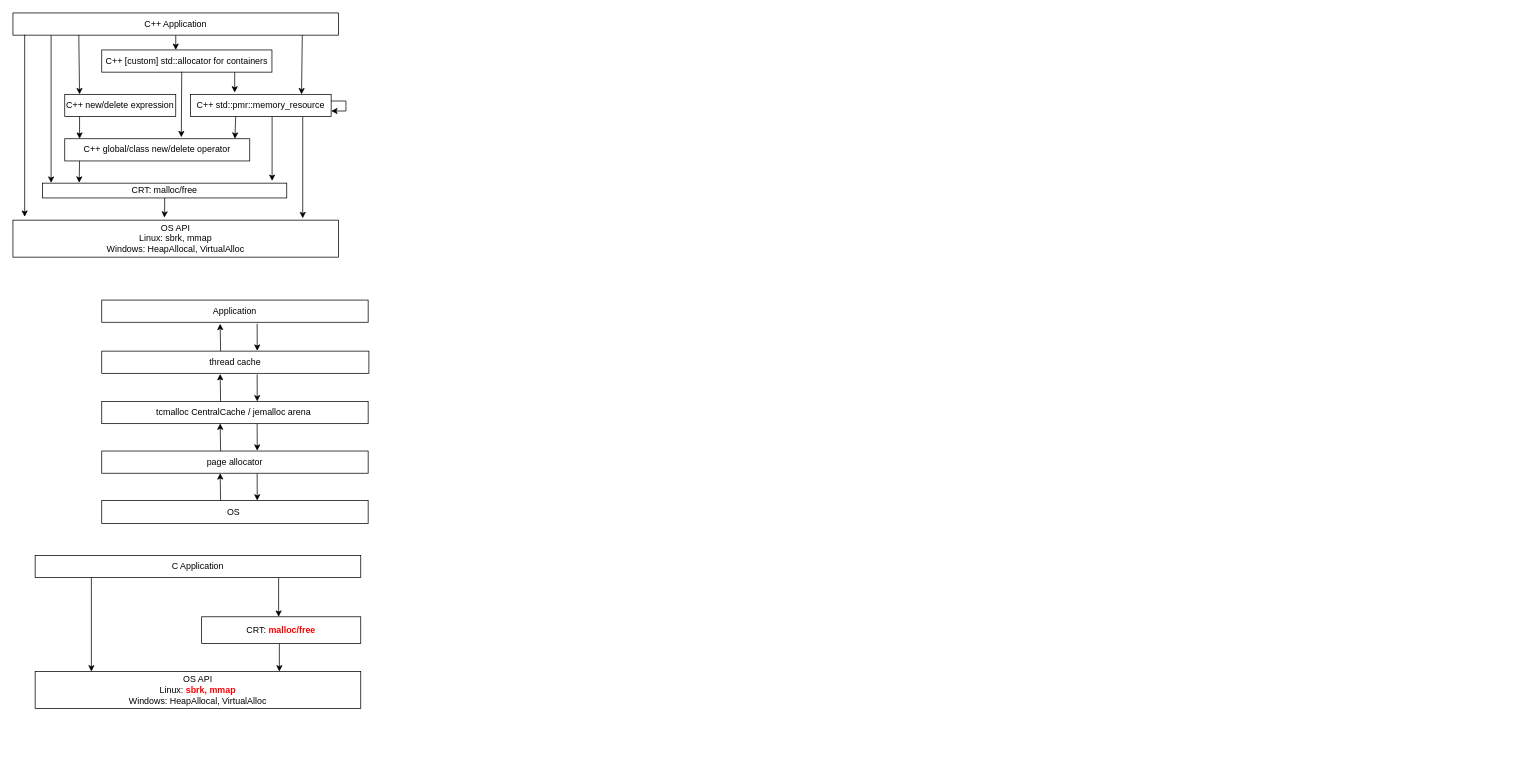
The draw.io diagram cpp-mm-A.drawio in prim/git, before the edit. Source tidied: cells renumbered, new cells numbered last; positions are measured from the earlier drawing's top-left corner, leaving out a move shared by most shapes. Both pictures are drawn from the tidied source at 74%, with x=0, y=0 at pixel (13, 13).
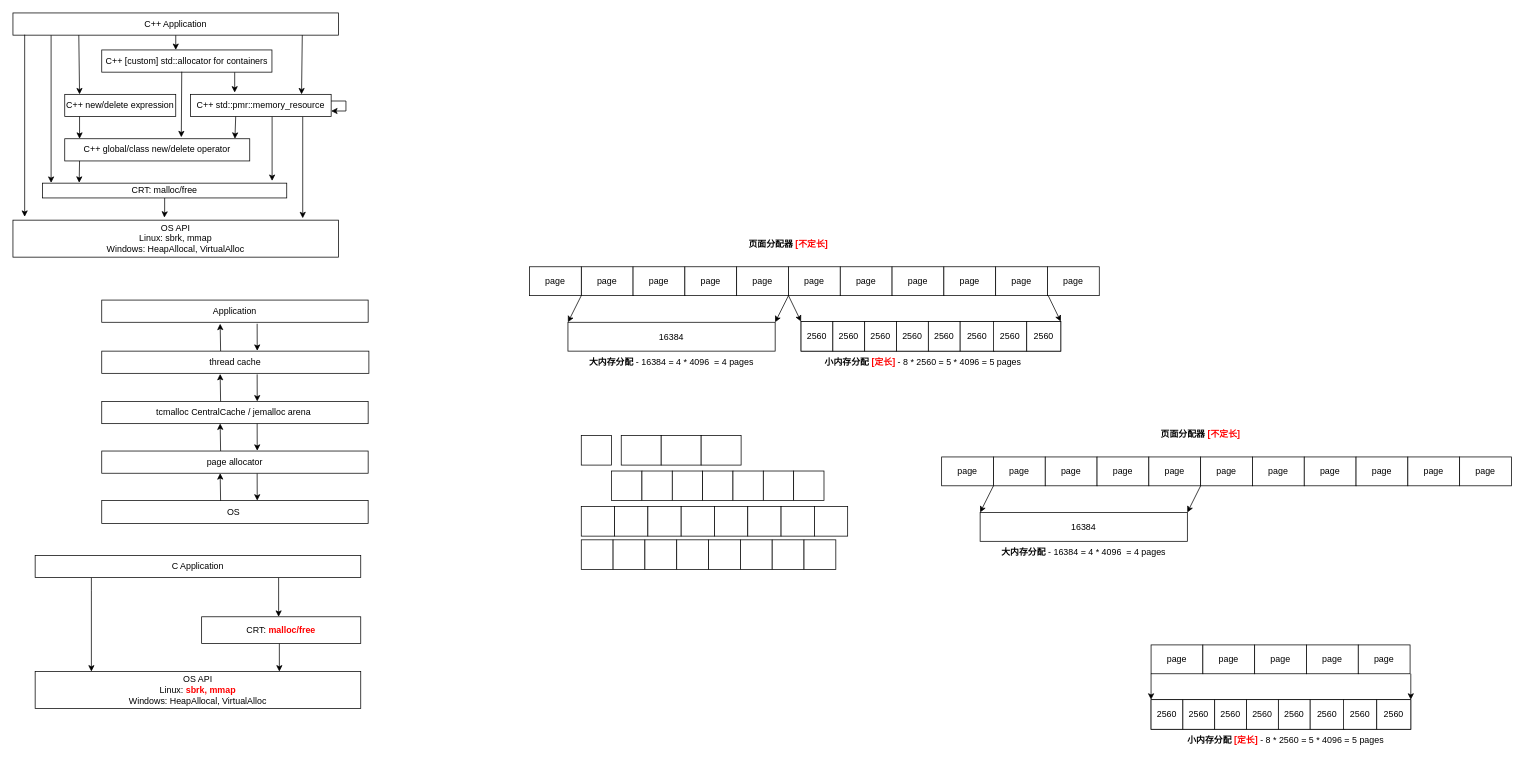
The same page after the edit.

The edit, as a diff of the source:
```diff
@@
+    <mxCell id="43" value="16384" style="rounded=0;whiteSpace=wrap;html=1;" parent="1" vertex="1">
+      <mxGeometry x="750" y="418" width="280" height="39" as="geometry" />
+    </mxCell>
@@
+    <mxCell id="44" value="page" style="rounded=0;whiteSpace=wrap;html=1;" parent="1" vertex="1">
+      <mxGeometry x="768" y="343" width="70" height="39" as="geometry" />
+    </mxCell>
+    <mxCell id="45" value="page" style="rounded=0;whiteSpace=wrap;html=1;" parent="1" vertex="1">
+      <mxGeometry x="838" y="343" width="70" height="39" as="geometry" />
+    </mxCell>
+    <mxCell id="46" value="page" style="rounded=0;whiteSpace=wrap;html=1;" parent="1" vertex="1">
+      <mxGeometry x="908" y="343" width="70" height="39" as="geometry" />
+    </mxCell>
+    <mxCell id="47" value="page" style="rounded=0;whiteSpace=wrap;html=1;" parent="1" vertex="1">
+      <mxGeometry x="978" y="343" width="70" height="39" as="geometry" />
+    </mxCell>
+    <mxCell id="48" value="page" style="rounded=0;whiteSpace=wrap;html=1;" parent="1" vertex="1">
+      <mxGeometry x="1048" y="343" width="70" height="39" as="geometry" />
+    </mxCell>
+    <mxCell id="49" value="page" style="rounded=0;whiteSpace=wrap;html=1;" parent="1" vertex="1">
+      <mxGeometry x="1118" y="343" width="70" height="39" as="geometry" />
+    </mxCell>
+    <mxCell id="50" value="page" style="rounded=0;whiteSpace=wrap;html=1;" parent="1" vertex="1">
+      <mxGeometry x="1188" y="343" width="70" height="39" as="geometry" />
+    </mxCell>
+    <mxCell id="51" value="page" style="rounded=0;whiteSpace=wrap;html=1;" parent="1" vertex="1">
+      <mxGeometry x="1258" y="343" width="70" height="39" as="geometry" />
+    </mxCell>
+    <mxCell id="52" style="rounded=0;whiteSpace=wrap;html=1;" parent="1" vertex="1">
+      <mxGeometry x="1065" y="417" width="351" height="40" as="geometry" />
+    </mxCell>
+    <mxCell id="53" style="rounded=0;whiteSpace=wrap;html=1;" parent="1" vertex="1">
+      <mxGeometry x="768" y="571" width="41" height="40" as="geometry" />
+    </mxCell>
+    <mxCell id="54" style="rounded=0;whiteSpace=wrap;html=1;" parent="1" vertex="1">
+      <mxGeometry x="822" y="571" width="54" height="40" as="geometry" />
+    </mxCell>
+    <mxCell id="55" style="rounded=0;whiteSpace=wrap;html=1;" parent="1" vertex="1">
+      <mxGeometry x="876" y="571" width="54" height="40" as="geometry" />
+    </mxCell>
+    <mxCell id="56" style="rounded=0;whiteSpace=wrap;html=1;" parent="1" vertex="1">
+      <mxGeometry x="930" y="571" width="54" height="40" as="geometry" />
+    </mxCell>
+    <mxCell id="57" style="rounded=0;whiteSpace=wrap;html=1;" parent="1" vertex="1">
+      <mxGeometry x="768" y="667" width="45" height="40" as="geometry" />
+    </mxCell>
+    <mxCell id="58" style="rounded=0;whiteSpace=wrap;html=1;" parent="1" vertex="1">
+      <mxGeometry x="809" y="619" width="41" height="40" as="geometry" />
+    </mxCell>
+    <mxCell id="59" style="rounded=0;whiteSpace=wrap;html=1;" parent="1" vertex="1">
+      <mxGeometry x="850" y="619" width="41" height="40" as="geometry" />
+    </mxCell>
+    <mxCell id="60" style="rounded=0;whiteSpace=wrap;html=1;" parent="1" vertex="1">
+      <mxGeometry x="891" y="619" width="41" height="40" as="geometry" />
+    </mxCell>
+    <mxCell id="61" style="rounded=0;whiteSpace=wrap;html=1;" parent="1" vertex="1">
+      <mxGeometry x="932" y="619" width="41" height="40" as="geometry" />
+    </mxCell>
+    <mxCell id="62" style="rounded=0;whiteSpace=wrap;html=1;" parent="1" vertex="1">
+      <mxGeometry x="973" y="619" width="41" height="40" as="geometry" />
+    </mxCell>
+    <mxCell id="63" style="rounded=0;whiteSpace=wrap;html=1;" parent="1" vertex="1">
+      <mxGeometry x="1014" y="619" width="41" height="40" as="geometry" />
+    </mxCell>
+    <mxCell id="64" style="rounded=0;whiteSpace=wrap;html=1;" parent="1" vertex="1">
+      <mxGeometry x="1055" y="619" width="41" height="40" as="geometry" />
+    </mxCell>
+    <mxCell id="65" style="rounded=0;whiteSpace=wrap;html=1;" parent="1" vertex="1">
+      <mxGeometry x="813" y="667" width="45" height="40" as="geometry" />
+    </mxCell>
+    <mxCell id="66" style="rounded=0;whiteSpace=wrap;html=1;" parent="1" vertex="1">
+      <mxGeometry x="858" y="667" width="45" height="40" as="geometry" />
+    </mxCell>
+    <mxCell id="67" style="rounded=0;whiteSpace=wrap;html=1;" parent="1" vertex="1">
+      <mxGeometry x="903" y="667" width="45" height="40" as="geometry" />
+    </mxCell>
+    <mxCell id="68" style="rounded=0;whiteSpace=wrap;html=1;" parent="1" vertex="1">
+      <mxGeometry x="948" y="667" width="45" height="40" as="geometry" />
+    </mxCell>
+    <mxCell id="69" style="rounded=0;whiteSpace=wrap;html=1;" parent="1" vertex="1">
+      <mxGeometry x="993" y="667" width="45" height="40" as="geometry" />
+    </mxCell>
+    <mxCell id="70" style="rounded=0;whiteSpace=wrap;html=1;" parent="1" vertex="1">
+      <mxGeometry x="1038" y="667" width="45" height="40" as="geometry" />
+    </mxCell>
+    <mxCell id="71" style="rounded=0;whiteSpace=wrap;html=1;" parent="1" vertex="1">
+      <mxGeometry x="1083" y="667" width="45" height="40" as="geometry" />
+    </mxCell>
+    <mxCell id="72" style="rounded=0;whiteSpace=wrap;html=1;" parent="1" vertex="1">
+      <mxGeometry x="768" y="712" width="43" height="40" as="geometry" />
+    </mxCell>
+    <mxCell id="73" style="rounded=0;whiteSpace=wrap;html=1;" parent="1" vertex="1">
+      <mxGeometry x="811" y="712" width="43" height="40" as="geometry" />
+    </mxCell>
+    <mxCell id="74" style="rounded=0;whiteSpace=wrap;html=1;" parent="1" vertex="1">
+      <mxGeometry x="854" y="712" width="43" height="40" as="geometry" />
+    </mxCell>
+    <mxCell id="75" style="rounded=0;whiteSpace=wrap;html=1;" parent="1" vertex="1">
+      <mxGeometry x="897" y="712" width="43" height="40" as="geometry" />
+    </mxCell>
+    <mxCell id="76" style="rounded=0;whiteSpace=wrap;html=1;" parent="1" vertex="1">
+      <mxGeometry x="940" y="712" width="43" height="40" as="geometry" />
+    </mxCell>
+    <mxCell id="77" style="rounded=0;whiteSpace=wrap;html=1;" parent="1" vertex="1">
+      <mxGeometry x="983" y="712" width="43" height="40" as="geometry" />
+    </mxCell>
+    <mxCell id="78" style="rounded=0;whiteSpace=wrap;html=1;" parent="1" vertex="1">
+      <mxGeometry x="1026" y="712" width="43" height="40" as="geometry" />
+    </mxCell>
+    <mxCell id="79" style="rounded=0;whiteSpace=wrap;html=1;" parent="1" vertex="1">
+      <mxGeometry x="1069" y="712" width="43" height="40" as="geometry" />
+    </mxCell>
+    <mxCell id="80" value="2560" style="rounded=0;whiteSpace=wrap;html=1;" parent="1" vertex="1">
+      <mxGeometry x="1065" y="417" width="43" height="40" as="geometry" />
+    </mxCell>
+    <mxCell id="81" value="2560" style="rounded=0;whiteSpace=wrap;html=1;" parent="1" vertex="1">
+      <mxGeometry x="1108" y="417" width="43" height="40" as="geometry" />
+    </mxCell>
+    <mxCell id="82" value="2560" style="rounded=0;whiteSpace=wrap;html=1;" parent="1" vertex="1">
+      <mxGeometry x="1151" y="417" width="43" height="40" as="geometry" />
+    </mxCell>
+    <mxCell id="83" value="2560" style="rounded=0;whiteSpace=wrap;html=1;" parent="1" vertex="1">
+      <mxGeometry x="1194" y="417" width="43" height="40" as="geometry" />
+    </mxCell>
+    <mxCell id="84" value="2560" style="rounded=0;whiteSpace=wrap;html=1;" parent="1" vertex="1">
+      <mxGeometry x="1237" y="417" width="43" height="40" as="geometry" />
+    </mxCell>
+    <mxCell id="85" value="2560" style="rounded=0;whiteSpace=wrap;html=1;" parent="1" vertex="1">
+      <mxGeometry x="1280" y="417" width="46" height="40" as="geometry" />
+    </mxCell>
+    <mxCell id="86" value="2560" style="rounded=0;whiteSpace=wrap;html=1;" parent="1" vertex="1">
+      <mxGeometry x="1325" y="417" width="45" height="40" as="geometry" />
+    </mxCell>
+    <mxCell id="87" value="2560" style="rounded=0;whiteSpace=wrap;html=1;" parent="1" vertex="1">
+      <mxGeometry x="1370" y="417" width="46" height="40" as="geometry" />
+    </mxCell>
+    <mxCell id="88" value="page" style="rounded=0;whiteSpace=wrap;html=1;" parent="1" vertex="1">
+      <mxGeometry x="1328" y="343" width="70" height="39" as="geometry" />
+    </mxCell>
+    <mxCell id="89" style="endArrow=classic;html=1;rounded=0;exitX=0;exitY=1;exitDx=0;exitDy=0;entryX=0;entryY=0;entryDx=0;entryDy=0;" parent="1" edge="1" source="44" target="43">
+      <mxGeometry relative="1" as="geometry" />
+    </mxCell>
+    <mxCell id="90" style="endArrow=classic;html=1;rounded=0;exitX=0;exitY=1;exitDx=0;exitDy=0;entryX=1;entryY=0;entryDx=0;entryDy=0;" parent="1" edge="1" source="48" target="43">
+      <mxGeometry relative="1" as="geometry" />
+    </mxCell>
+    <mxCell id="91" style="endArrow=classic;html=1;rounded=0;exitX=1;exitY=1;exitDx=0;exitDy=0;entryX=0;entryY=0;entryDx=0;entryDy=0;" parent="1" edge="1" source="47" target="80">
+      <mxGeometry relative="1" as="geometry" />
+    </mxCell>
+    <mxCell id="92" style="endArrow=classic;html=1;rounded=0;exitX=1;exitY=1;exitDx=0;exitDy=0;entryX=0;entryY=0;entryDx=0;entryDy=0;" parent="1" edge="1">
+      <mxGeometry relative="1" as="geometry">
+        <mxPoint x="1399" y="382" as="sourcePoint" />
+        <mxPoint x="1416" y="417" as="targetPoint" />
+      </mxGeometry>
+    </mxCell>
+    <mxCell id="93" value="&lt;b&gt;大内存分配&lt;/b&gt; - 16384 = 4 * 4096&amp;nbsp; = 4 pages" style="text;html=1;strokeColor=none;fillColor=none;align=center;verticalAlign=middle;whiteSpace=wrap;rounded=0;" parent="1" vertex="1">
+      <mxGeometry x="708" y="457" width="364" height="30" as="geometry" />
+    </mxCell>
+    <mxCell id="94" value="&lt;b&gt;小内存分配 &lt;font color=&quot;#ff0000&quot;&gt;[定长]&lt;/font&gt;&lt;/b&gt;&amp;nbsp;- 8 * 2560 = 5 * 4096 = 5 pages" style="text;html=1;strokeColor=none;fillColor=none;align=center;verticalAlign=middle;whiteSpace=wrap;rounded=0;" parent="1" vertex="1">
+      <mxGeometry x="1048" y="457" width="364" height="30" as="geometry" />
+    </mxCell>
+    <mxCell id="95" value="page" style="rounded=0;whiteSpace=wrap;html=1;" parent="1" vertex="1">
+      <mxGeometry x="698" y="343" width="70" height="39" as="geometry" />
+    </mxCell>
+    <mxCell id="96" value="page" style="rounded=0;whiteSpace=wrap;html=1;" parent="1" vertex="1">
+      <mxGeometry x="1398" y="343" width="70" height="39" as="geometry" />
+    </mxCell>
+    <mxCell id="97" value="&lt;b&gt;页面分配器&lt;font color=&quot;#ff0000&quot;&gt; [不定长]&lt;/font&gt;&lt;/b&gt;" style="text;html=1;strokeColor=none;fillColor=none;align=center;verticalAlign=middle;whiteSpace=wrap;rounded=0;" parent="1" vertex="1">
+      <mxGeometry x="960.5" y="298" width="174" height="30" as="geometry" />
+    </mxCell>
+    <mxCell id="98" value="16384" style="rounded=0;whiteSpace=wrap;html=1;" parent="1" vertex="1">
+      <mxGeometry x="1307" y="675" width="280" height="39" as="geometry" />
+    </mxCell>
+    <mxCell id="99" value="page" style="rounded=0;whiteSpace=wrap;html=1;" parent="1" vertex="1">
+      <mxGeometry x="1325" y="600" width="70" height="39" as="geometry" />
+    </mxCell>
+    <mxCell id="100" value="page" style="rounded=0;whiteSpace=wrap;html=1;" parent="1" vertex="1">
+      <mxGeometry x="1395" y="600" width="70" height="39" as="geometry" />
+    </mxCell>
+    <mxCell id="101" value="page" style="rounded=0;whiteSpace=wrap;html=1;" parent="1" vertex="1">
+      <mxGeometry x="1465" y="600" width="70" height="39" as="geometry" />
+    </mxCell>
+    <mxCell id="102" value="page" style="rounded=0;whiteSpace=wrap;html=1;" parent="1" vertex="1">
+      <mxGeometry x="1535" y="600" width="70" height="39" as="geometry" />
+    </mxCell>
+    <mxCell id="103" value="page" style="rounded=0;whiteSpace=wrap;html=1;" parent="1" vertex="1">
+      <mxGeometry x="1605" y="600" width="70" height="39" as="geometry" />
+    </mxCell>
+    <mxCell id="104" value="page" style="rounded=0;whiteSpace=wrap;html=1;" parent="1" vertex="1">
+      <mxGeometry x="1675" y="600" width="70" height="39" as="geometry" />
+    </mxCell>
+    <mxCell id="105" value="page" style="rounded=0;whiteSpace=wrap;html=1;" parent="1" vertex="1">
+      <mxGeometry x="1745" y="600" width="70" height="39" as="geometry" />
+    </mxCell>
+    <mxCell id="106" value="page" style="rounded=0;whiteSpace=wrap;html=1;" parent="1" vertex="1">
+      <mxGeometry x="1815" y="600" width="70" height="39" as="geometry" />
+    </mxCell>
+    <mxCell id="107" value="page" style="rounded=0;whiteSpace=wrap;html=1;" parent="1" vertex="1">
+      <mxGeometry x="1885" y="600" width="70" height="39" as="geometry" />
+    </mxCell>
+    <mxCell id="108" style="endArrow=classic;html=1;rounded=0;exitX=0;exitY=1;exitDx=0;exitDy=0;entryX=0;entryY=0;entryDx=0;entryDy=0;" parent="1" edge="1" source="99" target="98">
+      <mxGeometry relative="1" as="geometry" />
+    </mxCell>
+    <mxCell id="109" style="endArrow=classic;html=1;rounded=0;exitX=0;exitY=1;exitDx=0;exitDy=0;entryX=1;entryY=0;entryDx=0;entryDy=0;" parent="1" edge="1" source="103" target="98">
+      <mxGeometry relative="1" as="geometry" />
+    </mxCell>
+    <mxCell id="110" value="&lt;b&gt;大内存分配&lt;/b&gt; - 16384 = 4 * 4096&amp;nbsp; = 4 pages" style="text;html=1;strokeColor=none;fillColor=none;align=center;verticalAlign=middle;whiteSpace=wrap;rounded=0;" parent="1" vertex="1">
+      <mxGeometry x="1265" y="714" width="364" height="30" as="geometry" />
+    </mxCell>
+    <mxCell id="111" value="page" style="rounded=0;whiteSpace=wrap;html=1;" parent="1" vertex="1">
+      <mxGeometry x="1255" y="600" width="70" height="39" as="geometry" />
+    </mxCell>
+    <mxCell id="112" value="page" style="rounded=0;whiteSpace=wrap;html=1;" parent="1" vertex="1">
+      <mxGeometry x="1955" y="600" width="70" height="39" as="geometry" />
+    </mxCell>
+    <mxCell id="113" value="&lt;b&gt;页面分配器&lt;font color=&quot;#ff0000&quot;&gt; [不定长]&lt;/font&gt;&lt;/b&gt;" style="text;html=1;strokeColor=none;fillColor=none;align=center;verticalAlign=middle;whiteSpace=wrap;rounded=0;" parent="1" vertex="1">
+      <mxGeometry x="1517.5" y="555" width="174" height="30" as="geometry" />
+    </mxCell>
+    <mxCell id="114" value="page" style="rounded=0;whiteSpace=wrap;html=1;" parent="1" vertex="1">
+      <mxGeometry x="1538" y="854" width="70" height="39" as="geometry" />
+    </mxCell>
+    <mxCell id="115" value="page" style="rounded=0;whiteSpace=wrap;html=1;" parent="1" vertex="1">
+      <mxGeometry x="1608" y="854" width="70" height="39" as="geometry" />
+    </mxCell>
+    <mxCell id="116" value="page" style="rounded=0;whiteSpace=wrap;html=1;" parent="1" vertex="1">
+      <mxGeometry x="1678" y="854" width="70" height="39" as="geometry" />
+    </mxCell>
+    <mxCell id="117" value="page" style="rounded=0;whiteSpace=wrap;html=1;" parent="1" vertex="1">
+      <mxGeometry x="1748" y="854" width="70" height="39" as="geometry" />
+    </mxCell>
+    <mxCell id="118" style="rounded=0;whiteSpace=wrap;html=1;" parent="1" vertex="1">
+      <mxGeometry x="1538" y="928" width="351" height="40" as="geometry" />
+    </mxCell>
+    <mxCell id="119" value="2560" style="rounded=0;whiteSpace=wrap;html=1;" parent="1" vertex="1">
+      <mxGeometry x="1538" y="928" width="43" height="40" as="geometry" />
+    </mxCell>
+    <mxCell id="120" value="2560" style="rounded=0;whiteSpace=wrap;html=1;" parent="1" vertex="1">
+      <mxGeometry x="1581" y="928" width="43" height="40" as="geometry" />
+    </mxCell>
+    <mxCell id="121" value="2560" style="rounded=0;whiteSpace=wrap;html=1;" parent="1" vertex="1">
+      <mxGeometry x="1624" y="928" width="43" height="40" as="geometry" />
+    </mxCell>
+    <mxCell id="122" value="2560" style="rounded=0;whiteSpace=wrap;html=1;" parent="1" vertex="1">
+      <mxGeometry x="1667" y="928" width="43" height="40" as="geometry" />
+    </mxCell>
+    <mxCell id="123" value="2560" style="rounded=0;whiteSpace=wrap;html=1;" parent="1" vertex="1">
+      <mxGeometry x="1710" y="928" width="43" height="40" as="geometry" />
+    </mxCell>
+    <mxCell id="124" value="2560" style="rounded=0;whiteSpace=wrap;html=1;" parent="1" vertex="1">
+      <mxGeometry x="1753" y="928" width="46" height="40" as="geometry" />
+    </mxCell>
+    <mxCell id="125" value="2560" style="rounded=0;whiteSpace=wrap;html=1;" parent="1" vertex="1">
+      <mxGeometry x="1798" y="928" width="45" height="40" as="geometry" />
+    </mxCell>
+    <mxCell id="126" value="2560" style="rounded=0;whiteSpace=wrap;html=1;" parent="1" vertex="1">
+      <mxGeometry x="1843" y="928" width="46" height="40" as="geometry" />
+    </mxCell>
+    <mxCell id="127" value="page" style="rounded=0;whiteSpace=wrap;html=1;" parent="1" vertex="1">
+      <mxGeometry x="1818" y="854" width="70" height="39" as="geometry" />
+    </mxCell>
+    <mxCell id="128" style="endArrow=classic;html=1;rounded=0;exitX=1;exitY=1;exitDx=0;exitDy=0;entryX=0;entryY=0;entryDx=0;entryDy=0;" parent="1" edge="1" target="119">
+      <mxGeometry relative="1" as="geometry">
+        <mxPoint x="1538" y="893" as="sourcePoint" />
+      </mxGeometry>
+    </mxCell>
+    <mxCell id="129" style="endArrow=classic;html=1;rounded=0;exitX=1;exitY=1;exitDx=0;exitDy=0;entryX=1;entryY=0;entryDx=0;entryDy=0;" parent="1" edge="1" target="126">
+      <mxGeometry relative="1" as="geometry">
+        <mxPoint x="1889" y="893" as="sourcePoint" />
+      </mxGeometry>
+    </mxCell>
+    <mxCell id="130" value="&lt;b&gt;小内存分配 &lt;font color=&quot;#ff0000&quot;&gt;[定长]&lt;/font&gt;&lt;/b&gt;&amp;nbsp;- 8 * 2560 = 5 * 4096 = 5 pages" style="text;html=1;strokeColor=none;fillColor=none;align=center;verticalAlign=middle;whiteSpace=wrap;rounded=0;" parent="1" vertex="1">
+      <mxGeometry x="1538" y="968" width="364" height="30" as="geometry" />
+    </mxCell>
```
